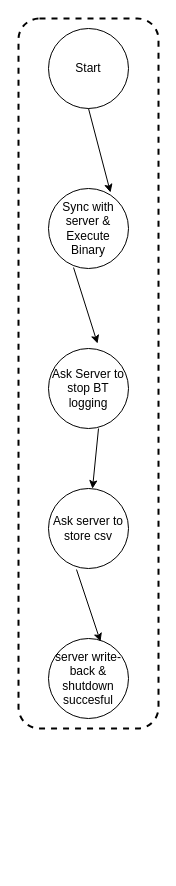
Earlier version of the draw.io diagram MTP_1/MTP_1_ARM_Setup_Client.drawio (ShikharJain97/MTP). Source tidied: cells renumbered, new cells numbered last; positions are measured from the earlier drawing's top-left corner, leaving out a move shared by most shapes. Both pictures are drawn from the tidied source at 100%, with x=0, y=0 at pixel (18, 18).
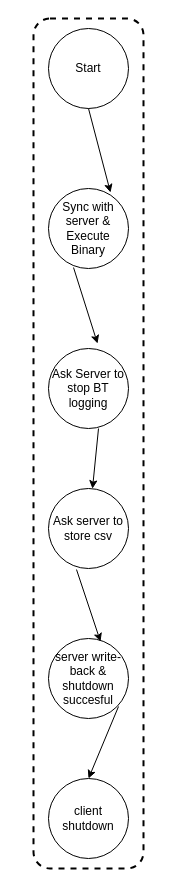
The same diagram, later.

The edit, as a diff of the source:
```diff
@@
 <mxGraphModel>
   <root>
     <mxCell id="0" />
     <mxCell id="1" parent="0" />
     <mxCell id="2" value="Start" style="ellipse;whiteSpace=wrap;html=1;" parent="1" vertex="1">
       <mxGeometry x="30" y="10" width="80" height="80" as="geometry" />
     </mxCell>
     <mxCell id="3" value="Sync with server &amp;amp;&lt;br&gt;Execute Binary" style="ellipse;whiteSpace=wrap;html=1;" parent="1" vertex="1">
       <mxGeometry x="30" y="170" width="80" height="80" as="geometry" />
     </mxCell>
     <mxCell id="4" value="Ask Server to stop BT logging" style="ellipse;whiteSpace=wrap;html=1;" parent="1" vertex="1">
       <mxGeometry x="30" y="330" width="80" height="80" as="geometry" />
     </mxCell>
     <mxCell id="5" value="Ask server to store csv" style="ellipse;whiteSpace=wrap;html=1;" parent="1" vertex="1">
       <mxGeometry x="30" y="470" width="80" height="80" as="geometry" />
     </mxCell>
     <mxCell id="6" value="server write-back &amp;amp; shutdown succesful" style="ellipse;whiteSpace=wrap;html=1;" parent="1" vertex="1">
       <mxGeometry x="30" y="620" width="80" height="80" as="geometry" />
     </mxCell>
     <mxCell id="7" style="endArrow=classic;html=1;rounded=0;exitX=0.5;exitY=1;exitDx=0;exitDy=0;entryX=0.775;entryY=0.05;entryDx=0;entryDy=0;entryPerimeter=0;" parent="1" edge="1" source="2" target="3">
       <mxGeometry relative="1" as="geometry" />
     </mxCell>
     <mxCell id="8" style="endArrow=classic;html=1;rounded=0;exitX=0.313;exitY=0.988;exitDx=0;exitDy=0;exitPerimeter=0;entryX=0.613;entryY=-0.062;entryDx=0;entryDy=0;entryPerimeter=0;" parent="1" edge="1" source="3" target="4">
       <mxGeometry relative="1" as="geometry" />
     </mxCell>
     <mxCell id="9" style="endArrow=classic;html=1;rounded=0;" parent="1" edge="1" target="5">
       <mxGeometry relative="1" as="geometry">
         <mxPoint x="80" y="410" as="sourcePoint" />
       </mxGeometry>
     </mxCell>
     <mxCell id="10" style="endArrow=classic;html=1;rounded=0;exitX=0.35;exitY=1.013;exitDx=0;exitDy=0;exitPerimeter=0;entryX=0.65;entryY=0.038;entryDx=0;entryDy=0;entryPerimeter=0;" parent="1" edge="1" source="5" target="6">
       <mxGeometry relative="1" as="geometry" />
     </mxCell>
     <mxCell id="11" style="whiteSpace=wrap;html=1;fillColor=none;imageAspect=0;rounded=1;strokeWidth=2;dashed=1;" parent="1" vertex="1">
-      <mxGeometry width="140" height="710" as="geometry" />
+      <mxGeometry x="15" width="110" height="850" as="geometry" />
     </mxCell>
+    <mxCell id="12" value="client shutdown" style="ellipse;whiteSpace=wrap;html=1;" parent="1" vertex="1">
+      <mxGeometry x="30" y="760" width="80" height="80" as="geometry" />
+    </mxCell>
+    <mxCell id="13" style="endArrow=classic;html=1;rounded=0;exitX=0.35;exitY=1.013;exitDx=0;exitDy=0;exitPerimeter=0;entryX=0.5;entryY=0;entryDx=0;entryDy=0;" parent="1" edge="1" target="12">
+      <mxGeometry relative="1" as="geometry">
+        <mxPoint x="100" y="688" as="sourcePoint" />
+      </mxGeometry>
+    </mxCell>
   </root>
 </mxGraphModel>
```
